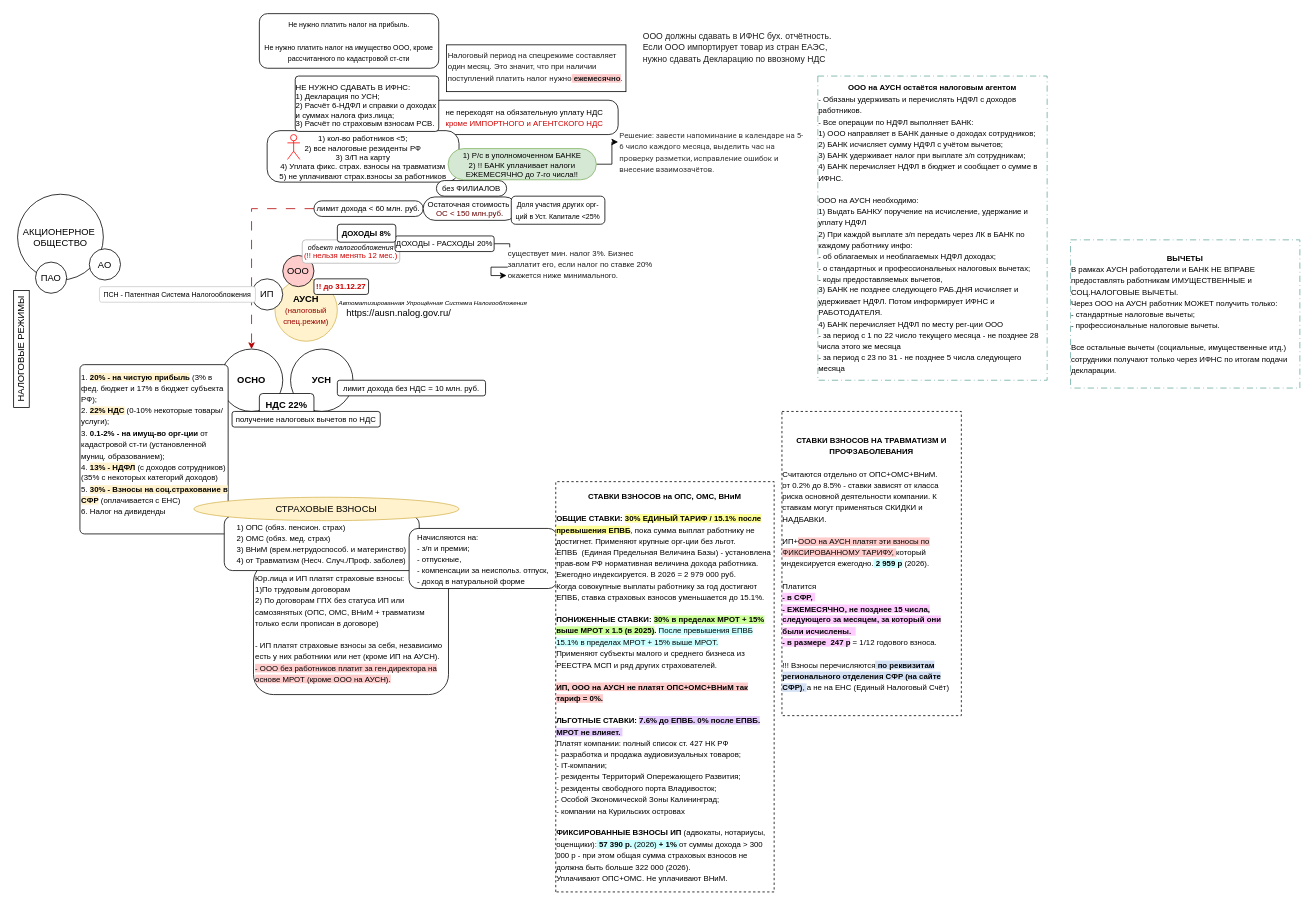
This is АУСН.drawio from youarereef/mmaps, a draw.io file, before an edit. Source tidied: cells renumbered, new cells numbered last; positions are measured from the earlier drawing's top-left corner, leaving out a move shared by most shapes. Both pictures are drawn from the tidied source at 78%, with x=0, y=0 at pixel (-37, 13).
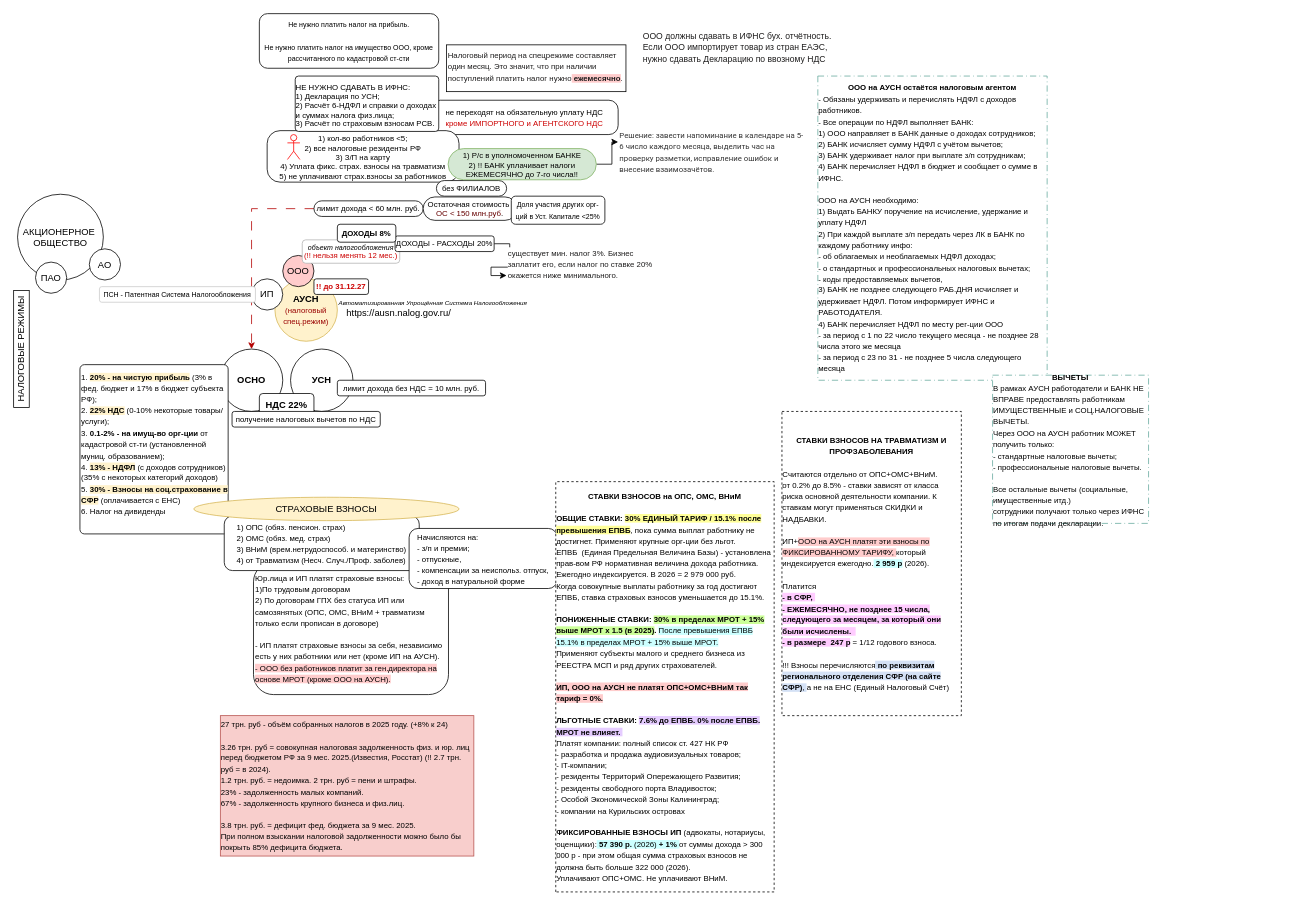
After the change.

Change to the diagram source:
```diff
@@
     <mxCell id="46" value="&lt;font style=&quot;font-size: 10px;&quot;&gt;&lt;b&gt;ВЫЧЕТЫ&lt;/b&gt;&lt;/font&gt;&lt;div style=&quot;text-align: left;&quot;&gt;&lt;span style=&quot;font-size: 10px;&quot;&gt;В рамках АУСН работодатели и БАНК НЕ ВПРАВЕ предоставлять работникам ИМУЩЕСТВЕННЫЕ и СОЦ.НАЛОГОВЫЕ ВЫЧЕТЫ.&lt;br&gt;&lt;/span&gt;&lt;/div&gt;&lt;div style=&quot;text-align: left;&quot;&gt;&lt;span style=&quot;font-size: 10px;&quot;&gt;Через ООО на АУСН работник МОЖЕТ получить только:&lt;/span&gt;&lt;/div&gt;&lt;div style=&quot;text-align: left;&quot;&gt;&lt;span style=&quot;font-size: 10px;&quot;&gt;- стандартные налоговые вычеты;&lt;/span&gt;&lt;/div&gt;&lt;div style=&quot;text-align: left;&quot;&gt;&lt;span style=&quot;font-size: 10px;&quot;&gt;- профессиональные налоговые вычеты.&lt;/span&gt;&lt;/div&gt;&lt;div style=&quot;text-align: left;&quot;&gt;&lt;span style=&quot;font-size: 10px;&quot;&gt;&lt;br&gt;&lt;/span&gt;&lt;/div&gt;&lt;div style=&quot;text-align: left;&quot;&gt;&lt;span style=&quot;font-size: 10px;&quot;&gt;Все остальные вычеты (социальные, имущественные итд.)&lt;/span&gt;&lt;/div&gt;&lt;div style=&quot;text-align: left;&quot;&gt;&lt;span style=&quot;font-size: 10px;&quot;&gt;сотрудники получают только через ИФНС по итогам подачи декларации.&lt;/span&gt;&lt;/div&gt;" style="rounded=0;whiteSpace=wrap;html=1;strokeColor=#67AB9F;dashed=1;dashPattern=8 4 1 4;" parent="1" vertex="1">
-      <mxGeometry x="1420" y="290" width="294" height="190" as="geometry" />
+      <mxGeometry x="1320" y="463.5" width="200" height="190" as="geometry" />
     </mxCell>
+    <mxCell id="47" value="&lt;div style=&quot;text-align: left;&quot;&gt;&lt;font style=&quot;font-size: 10px;&quot;&gt;27 трн. руб - объём собранных налогов в 2025 году. (+8% к 24)&lt;/font&gt;&lt;/div&gt;&lt;div style=&quot;text-align: left;&quot;&gt;&lt;span style=&quot;background-color: transparent; color: light-dark(rgb(0, 0, 0), rgb(255, 255, 255));&quot;&gt;&lt;font style=&quot;font-size: 10px;&quot;&gt;&lt;br&gt;&lt;/font&gt;&lt;/span&gt;&lt;/div&gt;&lt;div style=&quot;text-align: left;&quot;&gt;&lt;font style=&quot;font-size: 10px;&quot;&gt;&lt;span style=&quot;background-color: transparent; color: light-dark(rgb(0, 0, 0), rgb(255, 255, 255));&quot;&gt;3.26 трн. руб = совокупная налоговая задолженность физ. и юр. лиц перед бюджетом РФ за &lt;/span&gt;&lt;span style=&quot;background-color: transparent; color: light-dark(rgb(0, 0, 0), rgb(255, 255, 255));&quot;&gt;9 мес. 2025.(Известия, Росстат) (!!&amp;nbsp;&lt;/span&gt;&lt;span style=&quot;background-color: transparent; color: light-dark(rgb(0, 0, 0), rgb(255, 255, 255));&quot;&gt;2.7 трн. руб = в 2024).&lt;/span&gt;&lt;/font&gt;&lt;/div&gt;&lt;div style=&quot;text-align: left;&quot;&gt;&lt;span style=&quot;background-color: transparent; color: light-dark(rgb(0, 0, 0), rgb(255, 255, 255));&quot;&gt;&lt;font style=&quot;font-size: 10px;&quot;&gt;1.2 трн. руб. = недоимка. 2 трн. руб = пени и штрафы.&lt;/font&gt;&lt;/span&gt;&lt;/div&gt;&lt;div style=&quot;text-align: left;&quot;&gt;&lt;span style=&quot;background-color: transparent; color: light-dark(rgb(0, 0, 0), rgb(255, 255, 255));&quot;&gt;&lt;font style=&quot;font-size: 10px;&quot;&gt;23% - задолженность малых компаний.&lt;/font&gt;&lt;/span&gt;&lt;/div&gt;&lt;div style=&quot;text-align: left;&quot;&gt;&lt;span style=&quot;background-color: transparent; color: light-dark(rgb(0, 0, 0), rgb(255, 255, 255));&quot;&gt;&lt;font style=&quot;font-size: 10px;&quot;&gt;67% - задолженность крупного бизнеса и физ.лиц.&lt;/font&gt;&lt;/span&gt;&lt;/div&gt;&lt;div style=&quot;text-align: left;&quot;&gt;&lt;span style=&quot;background-color: transparent; color: light-dark(rgb(0, 0, 0), rgb(255, 255, 255));&quot;&gt;&lt;font style=&quot;font-size: 10px;&quot;&gt;&lt;br&gt;&lt;/font&gt;&lt;/span&gt;&lt;/div&gt;&lt;div style=&quot;text-align: left;&quot;&gt;&lt;span style=&quot;background-color: transparent; color: light-dark(rgb(0, 0, 0), rgb(255, 255, 255));&quot;&gt;&lt;font style=&quot;font-size: 10px;&quot;&gt;3.8 трн. руб. = дефицит фед. бюджета за 9 мес. 2025.&lt;/font&gt;&lt;/span&gt;&lt;/div&gt;&lt;div style=&quot;text-align: left;&quot;&gt;&lt;span style=&quot;background-color: transparent; color: light-dark(rgb(0, 0, 0), rgb(255, 255, 255));&quot;&gt;&lt;font style=&quot;font-size: 10px;&quot;&gt;При полном взыскании налоговой задолженности можно было бы покрыть 85% дефицита бюджета.&lt;/font&gt;&lt;/span&gt;&lt;/div&gt;" style="rounded=0;whiteSpace=wrap;html=1;strokeColor=#b85450;fillColor=#f8cecc;" parent="1" vertex="1">
+      <mxGeometry x="330" y="900" width="325" height="180" as="geometry" />
+    </mxCell>
```
